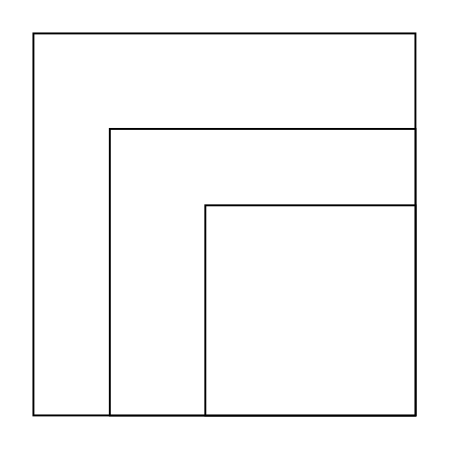
This is 重构/中台订单.drawio from gongyao1992/draw, a draw.io file, before an edit. Source tidied: cells renumbered, new cells numbered last; positions are measured from the earlier drawing's top-left corner, leaving out a move shared by most shapes. Both pictures are drawn from the tidied source at 191%, with x=0, y=0 at pixel (32, 32).
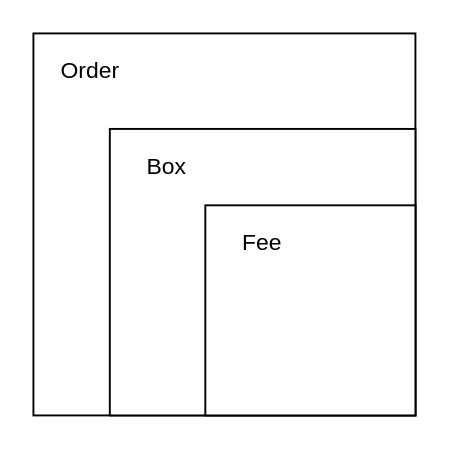
After the change.

Commit message (it also covers changes not shown here):
更新重构/中台订单.drawio

Change to the diagram source:
```diff
@@
 <mxGraphModel>
   <root>
     <mxCell id="0" />
     <mxCell id="1" parent="0" />
     <mxCell id="2" style="rounded=0;whiteSpace=wrap;html=1;" parent="1" vertex="1">
       <mxGeometry width="200" height="200" as="geometry" />
     </mxCell>
     <mxCell id="3" style="rounded=0;whiteSpace=wrap;html=1;" parent="1" vertex="1">
       <mxGeometry x="40" y="50" width="160" height="150" as="geometry" />
     </mxCell>
     <mxCell id="4" style="rounded=0;whiteSpace=wrap;html=1;" parent="1" vertex="1">
       <mxGeometry x="90" y="90" width="110" height="110" as="geometry" />
     </mxCell>
+    <mxCell id="5" value="Order" style="text;html=1;strokeColor=none;fillColor=none;align=center;verticalAlign=middle;whiteSpace=wrap;rounded=0;" parent="1" vertex="1">
+      <mxGeometry x="10" y="10" width="40" height="20" as="geometry" />
+    </mxCell>
+    <mxCell id="6" value="Box" style="text;html=1;strokeColor=none;fillColor=none;align=center;verticalAlign=middle;whiteSpace=wrap;rounded=0;" parent="1" vertex="1">
+      <mxGeometry x="50" y="60" width="40" height="20" as="geometry" />
+    </mxCell>
+    <mxCell id="7" value="Fee" style="text;html=1;strokeColor=none;fillColor=none;align=center;verticalAlign=middle;whiteSpace=wrap;rounded=0;" parent="1" vertex="1">
+      <mxGeometry x="100" y="100" width="40" height="20" as="geometry" />
+    </mxCell>
   </root>
 </mxGraphModel>
```
